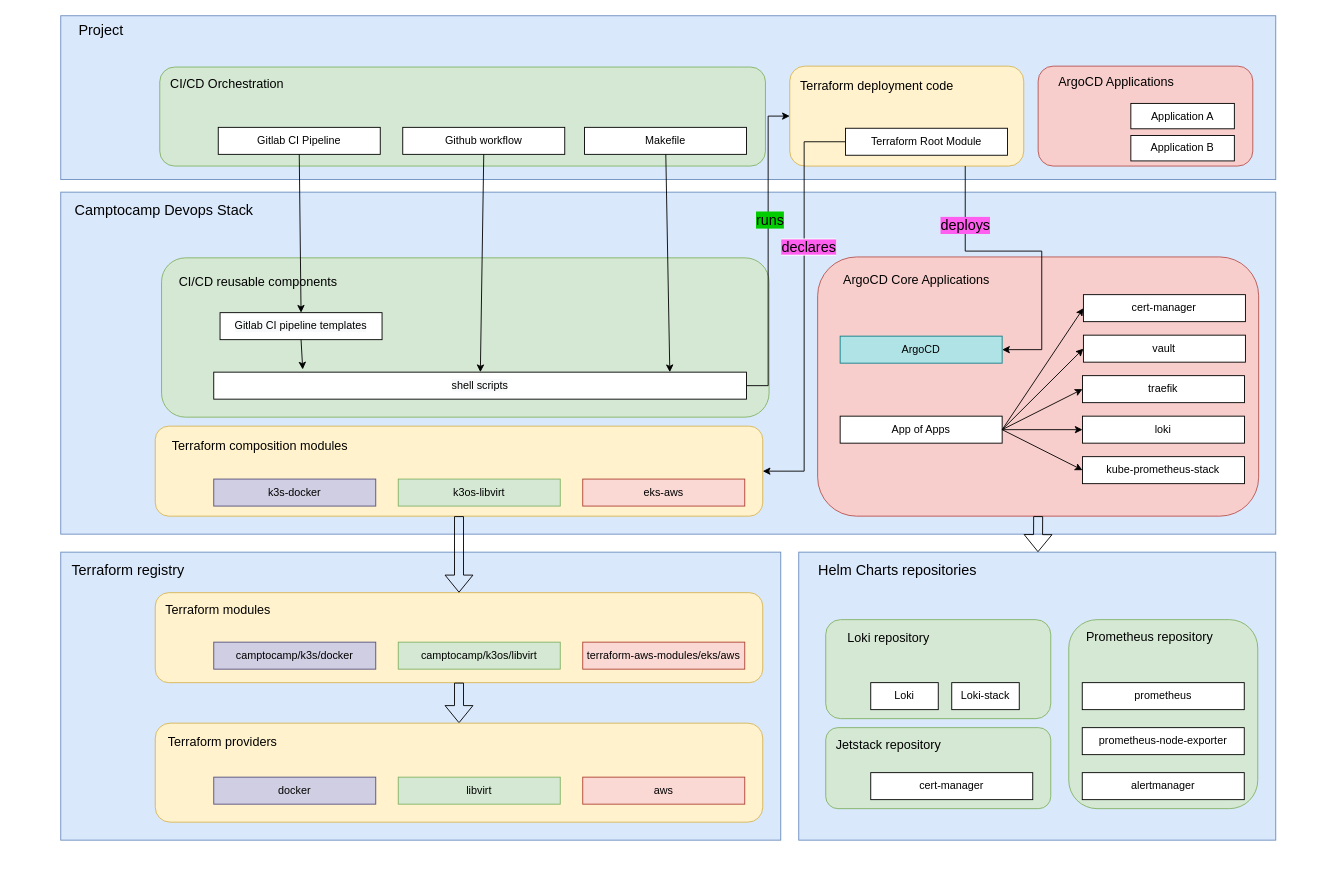
Earlier version of the draw.io diagram docs/modules/ROOT/assets/images/devops-stack-architecture.drawio (camptocamp/devops-stack). Source tidied: cells renumbered, new cells numbered last; positions are measured from the earlier drawing's top-left corner, leaving out a move shared by most shapes. Both pictures are drawn from the tidied source at 90%, with x=0, y=0 at pixel (15, 15).
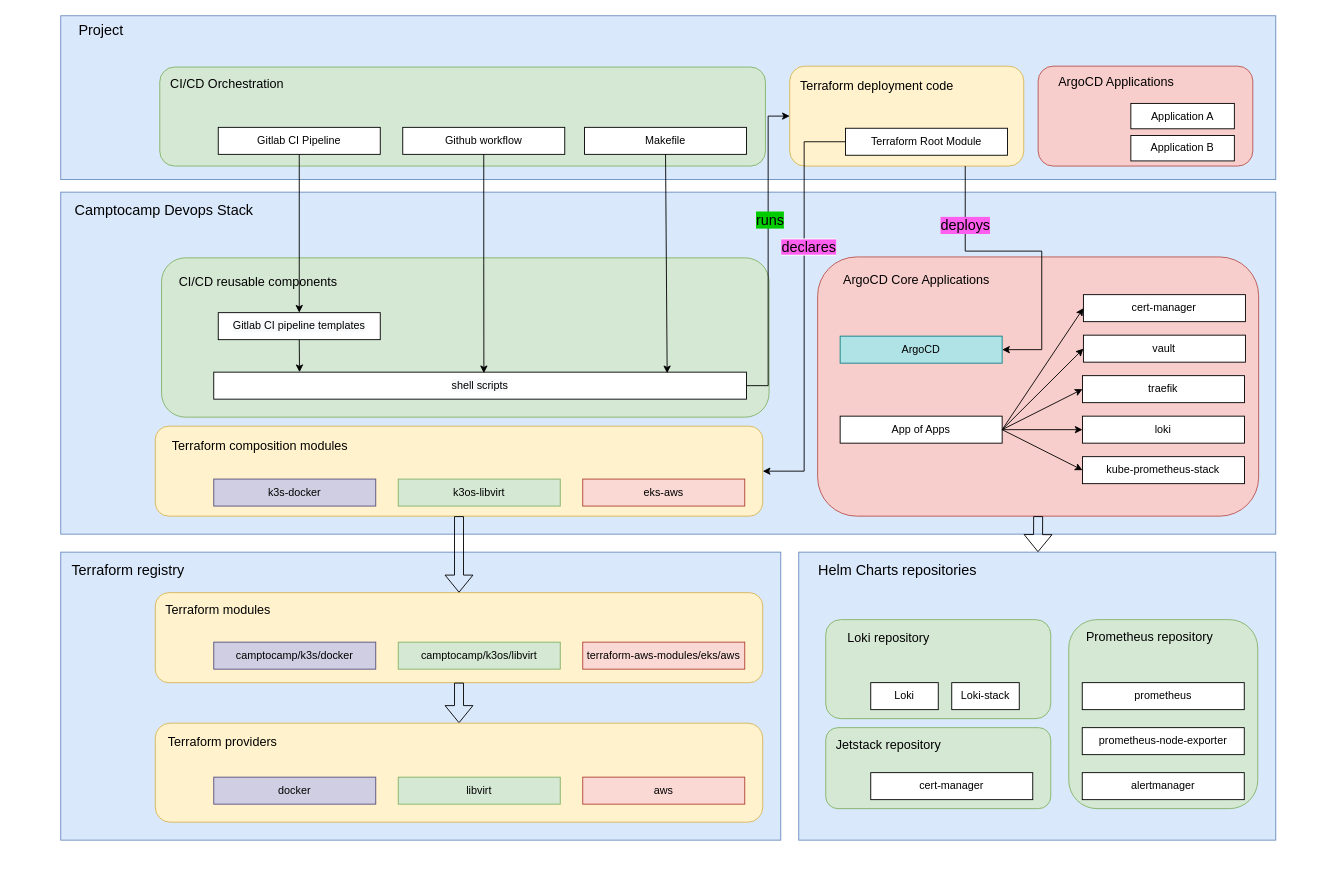
The same page after the edit.

Commit message (it also covers changes not shown here):
Align arrows vertically

The change refers to these unchanged cells:
```xml
<mxCell id="18" style="group;" parent="1" vertex="1">
  <mxGeometry y="196" width="1400" height="380" as="geometry" />
</mxCell>
<mxCell id="37" style="group;" parent="18" vertex="1">
  <mxGeometry x="162" y="73" width="675" height="177" as="geometry" />
</mxCell>
<mxCell id="40" value="&lt;span style=&quot;color: rgb(0, 0, 0); font-family: helvetica; font-size: 12px; font-style: normal; font-weight: 400; letter-spacing: normal; text-align: center; text-indent: 0px; text-transform: none; word-spacing: 0px; background-color: rgb(248, 249, 250); display: inline; float: none;&quot;&gt;shell scripts&lt;/span&gt;" style="rounded=0;whiteSpace=wrap;html=1;" parent="37" vertex="1">
  <mxGeometry x="58" y="127" width="592" height="30" as="geometry" />
</mxCell>
<mxCell id="77" value="Gitlab CI Pipeline" style="rounded=0;whiteSpace=wrap;html=1;" parent="74" vertex="1">
  <mxGeometry x="65" y="67" width="180" height="30" as="geometry" />
</mxCell>
<mxCell id="78" value="Github workflow" style="rounded=0;whiteSpace=wrap;html=1;" parent="74" vertex="1">
  <mxGeometry x="270" y="67" width="180" height="30" as="geometry" />
</mxCell>
<mxCell id="79" value="Makefile" style="rounded=0;whiteSpace=wrap;html=1;" parent="74" vertex="1">
  <mxGeometry x="472" y="67" width="180" height="30" as="geometry" />
</mxCell>
```

The edit, as a diff of the source:
```diff
@@
+    <mxCell id="42" style="edgeStyle=none;rounded=0;jettySize=auto;html=1;exitX=0.5;exitY=1;exitDx=0;exitDy=0;entryX=0.161;entryY=0;entryDx=0;entryDy=0;entryPerimeter=0;" parent="37" edge="1" source="41" target="40">
+      <mxGeometry relative="1" as="geometry" />
+    </mxCell>
-    <mxCell id="41" value="&lt;span style=&quot;color: rgb(0, 0, 0); font-family: helvetica; font-size: 12px; font-style: normal; font-weight: 400; letter-spacing: normal; text-align: center; text-indent: 0px; text-transform: none; word-spacing: 0px; background-color: rgb(248, 249, 250); display: inline; float: none;&quot;&gt;Gitlab CI pipeline templates&lt;/span&gt;" style="rounded=0;whiteSpace=wrap;html=1;" parent="18" vertex="1">
-      <mxGeometry x="227" y="133.9" width="180" height="30" as="geometry" />
+    <mxCell id="41" value="&lt;span style=&quot;color: rgb(0, 0, 0); font-family: helvetica; font-size: 12px; font-style: normal; font-weight: 400; letter-spacing: normal; text-align: center; text-indent: 0px; text-transform: none; word-spacing: 0px; background-color: rgb(248, 249, 250); display: inline; float: none;&quot;&gt;Gitlab CI pipeline templates&lt;/span&gt;" style="rounded=0;whiteSpace=wrap;html=1;" parent="37" vertex="1">
+      <mxGeometry x="63" y="60.9" width="180" height="30" as="geometry" />
     </mxCell>
-    <mxCell id="42" style="endArrow=classic;html=1;exitX=0.5;exitY=1;exitDx=0;exitDy=0;entryX=0.167;entryY=-0.1;entryDx=0;entryDy=0;entryPerimeter=0;" parent="18" edge="1" source="41" target="40">
-      <mxGeometry relative="1" as="geometry" />
-    </mxCell>
@@
+    <mxCell id="93" style="edgeStyle=none;rounded=0;jettySize=auto;html=1;exitX=0.5;exitY=1;exitDx=0;exitDy=0;entryX=0.5;entryY=0;entryDx=0;entryDy=0;" parent="1" edge="1" source="77" target="41">
+      <mxGeometry relative="1" as="geometry" />
+    </mxCell>
-    <mxCell id="91" style="endArrow=classic;html=1;entryX=0.856;entryY=0;entryDx=0;entryDy=0;entryPerimeter=0;" parent="1" edge="1" source="79" target="40">
+    <mxCell id="91" style="edgeStyle=none;rounded=0;jettySize=auto;html=1;exitX=0.5;exitY=1;exitDx=0;exitDy=0;entryX=0.851;entryY=0.04;entryDx=0;entryDy=0;entryPerimeter=0;" parent="1" edge="1" source="79" target="40">
       <mxGeometry relative="1" as="geometry" />
     </mxCell>
-    <mxCell id="92" style="endArrow=classic;html=1;exitX=0.5;exitY=1;exitDx=0;exitDy=0;" parent="1" edge="1" source="78" target="40">
+    <mxCell id="92" style="edgeStyle=orthogonalEdgeStyle;rounded=0;jettySize=auto;html=1;exitX=0.5;exitY=1;exitDx=0;exitDy=0;entryX=0.507;entryY=0.038;entryDx=0;entryDy=0;entryPerimeter=0;" parent="1" edge="1" source="78" target="40">
       <mxGeometry relative="1" as="geometry" />
     </mxCell>
-    <mxCell id="93" style="endArrow=classic;html=1;exitX=0.5;exitY=1;exitDx=0;exitDy=0;entryX=0.5;entryY=0;entryDx=0;entryDy=0;" parent="1" edge="1" source="77" target="41">
-      <mxGeometry relative="1" as="geometry" />
-    </mxCell>
```
